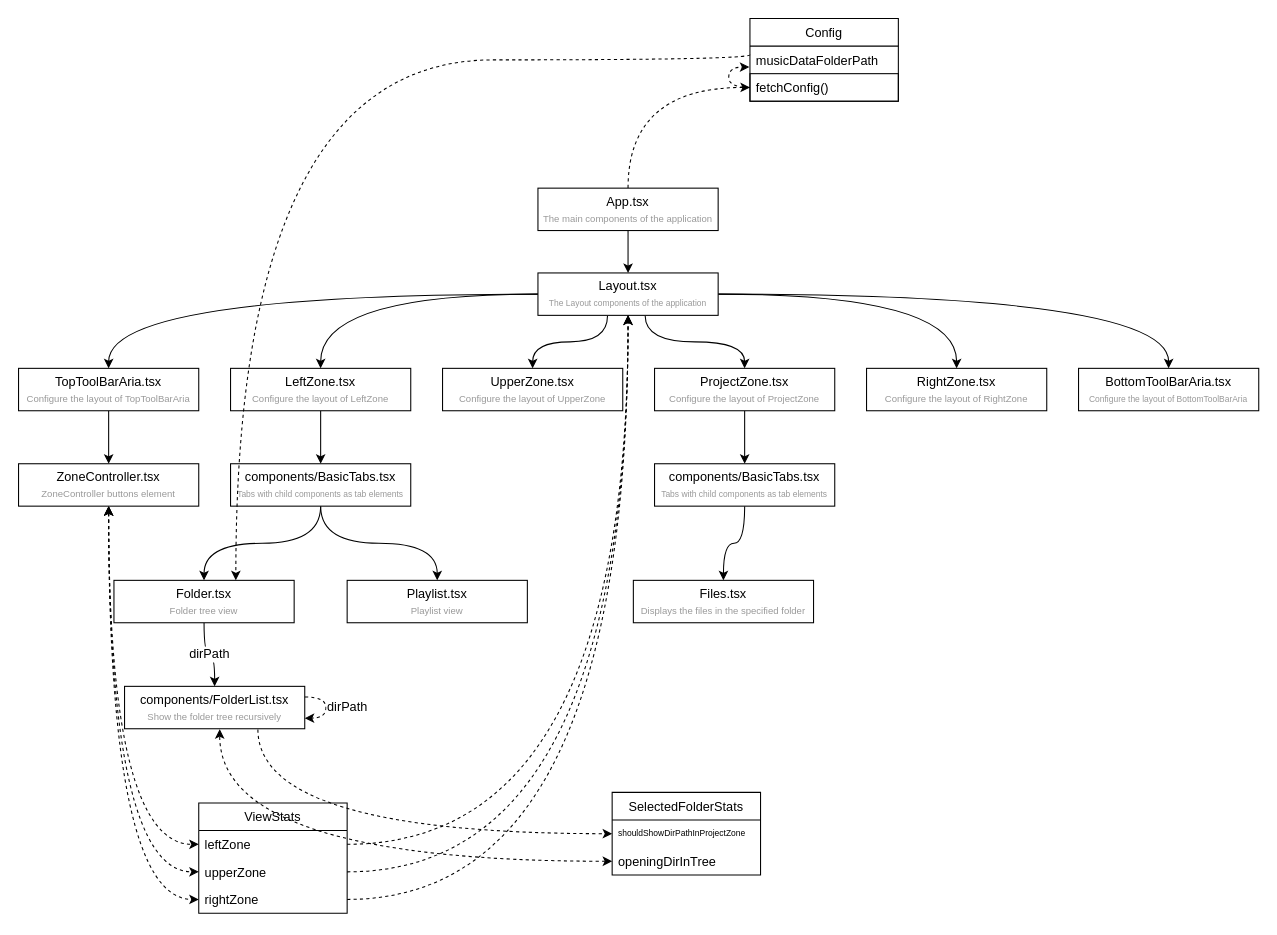
Earlier version of the draw.io diagram react-component-tree.drawio (Kashiwade-music/kashiwade-music-player). Source tidied: cells renumbered, new cells numbered last; positions are measured from the earlier drawing's top-left corner, leaving out a move shared by most shapes. Both pictures are drawn from the tidied source at 106%, with x=0, y=0 at pixel (18, 18).
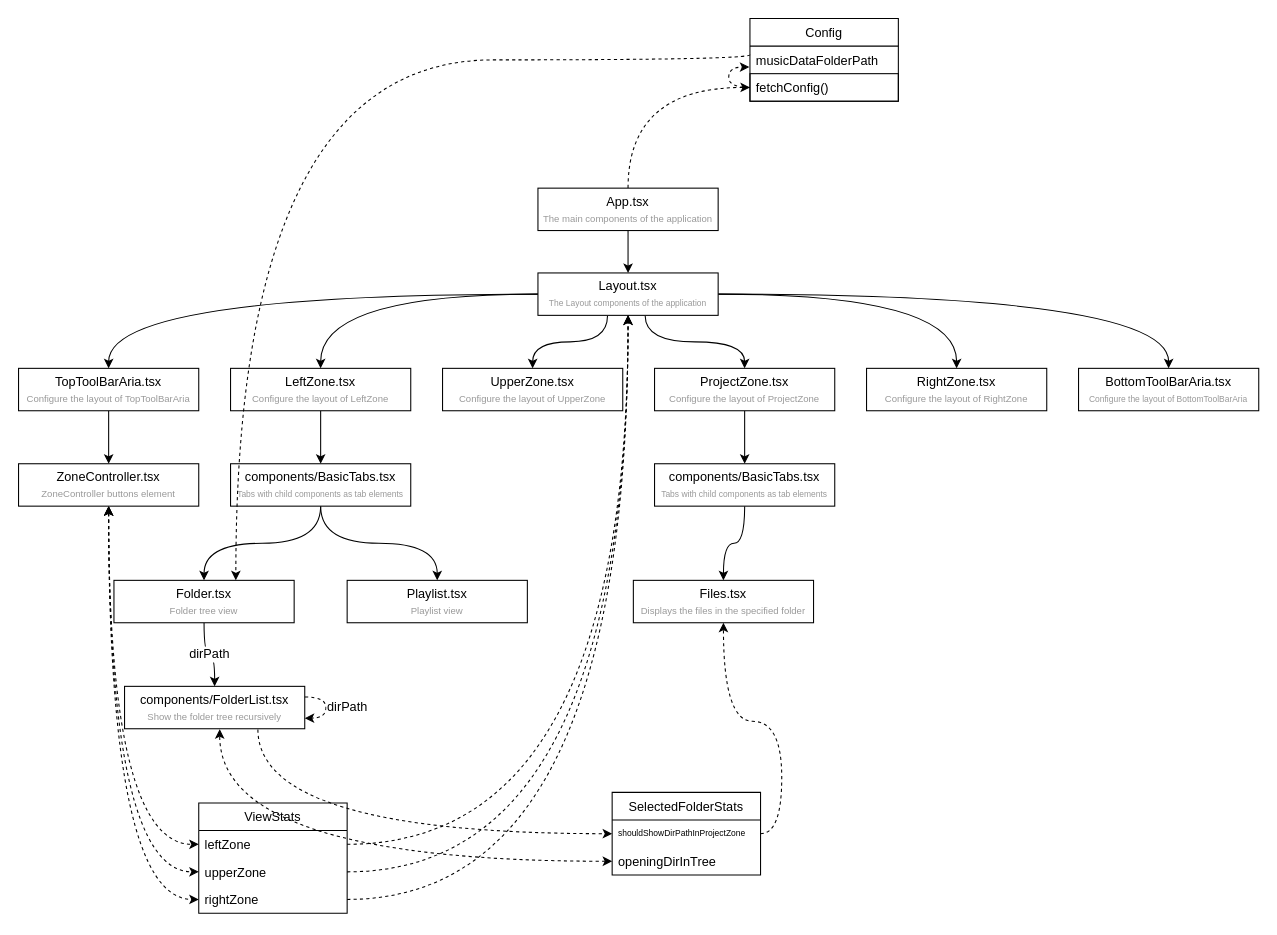
The same page after the edit.

Unchanged cells that the change refers to:
```xml
<mxCell id="27" value="shouldShowDirPathInProjectZone" style="text;strokeColor=none;fillColor=none;align=left;verticalAlign=middle;spacingLeft=4;spacingRight=4;overflow=hidden;points=[[0,0.5],[1,0.5]];portConstraint=eastwest;fontSize=8;" parent="26" vertex="1">
  <mxGeometry y="26" width="140" height="26" as="geometry" />
</mxCell>
<mxCell id="52" value="Files.tsx&lt;br&gt;&lt;font color=&quot;#999999&quot; style=&quot;font-size: 9px&quot;&gt;Displays the files in the specified folder&lt;/font&gt;" style="rounded=0;whiteSpace=wrap;html=1;" parent="1" vertex="1">
  <mxGeometry x="580" y="530" width="170" height="40" as="geometry" />
</mxCell>
```

Change to the diagram source:
```diff
@@
+    <mxCell id="53" style="edgeStyle=orthogonalEdgeStyle;curved=1;rounded=0;comic=0;jettySize=auto;html=1;fontSize=12;startArrow=none;startFill=0;endArrow=classic;endFill=1;dashed=1;" parent="1" edge="1" source="27" target="52">
+      <mxGeometry relative="1" as="geometry" />
+    </mxCell>
```
